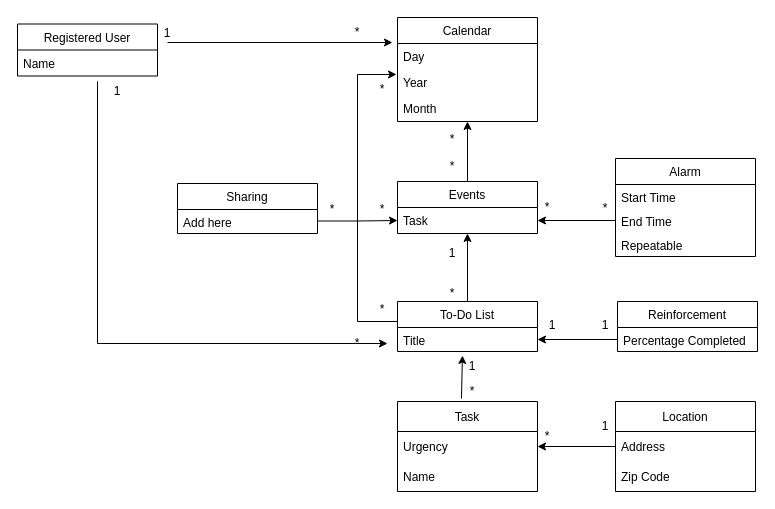
Above: Deliverables/Deliverable_Images/D3_diagram.drawio in Carhn/PlanItOut (draw.io), before the change. Source tidied: cells renumbered, new cells numbered last; positions are measured from the earlier drawing's top-left corner, leaving out a move shared by most shapes. Both pictures are drawn from the tidied source at 100%, with x=0, y=0 at pixel (17, 17).
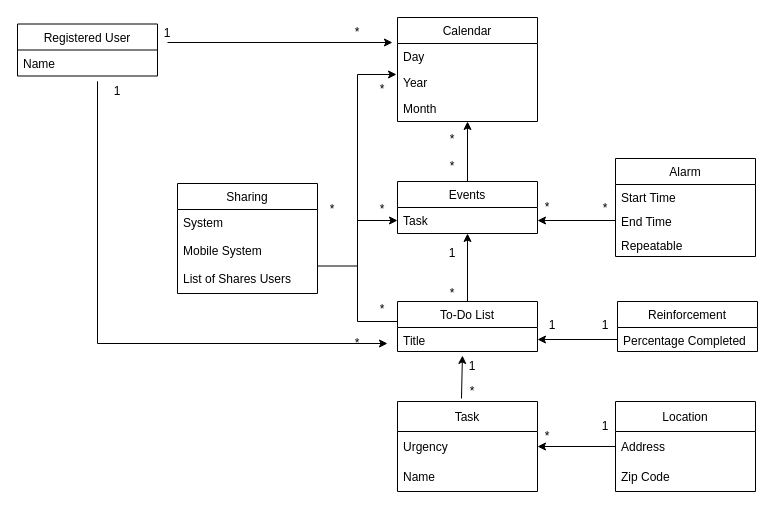
Above is the later version.

Commit message:
Adding Class #9 Sharing

What changed in the source:
```diff
@@
     <mxCell id="32" value="Sharing" style="swimlane;fontStyle=0;horizontal=1;startSize=26;fillColor=none;" parent="1" vertex="1">
-      <mxGeometry x="160" y="166" width="140" height="50" as="geometry" />
+      <mxGeometry x="160" y="166" width="140" height="110" as="geometry" />
     </mxCell>
-    <mxCell id="33" value="Add here" style="text;strokeColor=none;fillColor=none;align=left;verticalAlign=top;spacingLeft=4;spacingRight=4;overflow=hidden;" parent="32" vertex="1">
-      <mxGeometry y="26" width="140" height="24" as="geometry" />
+    <mxCell id="33" value="System&#10;&#10;Mobile System&#10;&#10;List of Shares Users" style="text;strokeColor=none;fillColor=none;align=left;verticalAlign=top;spacingLeft=4;spacingRight=4;overflow=hidden;" parent="32" vertex="1">
+      <mxGeometry y="26" width="140" height="84" as="geometry" />
     </mxCell>
```
